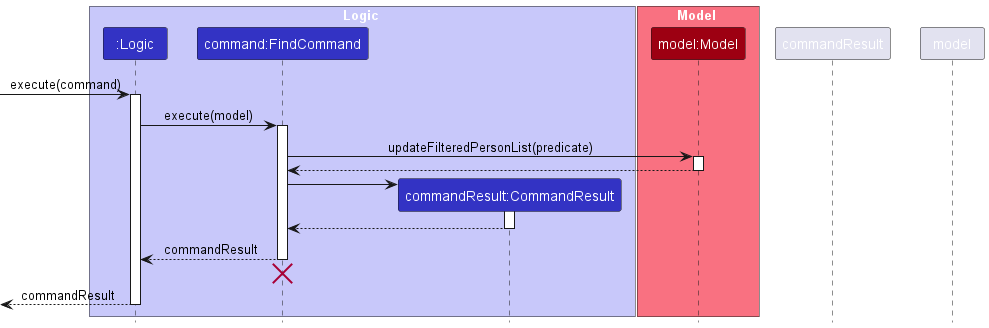
Earlier version of the PlantUML export docs/images/FindCommandSequenceDiagram.png (nus-cs2103-AY2324S1/tp).
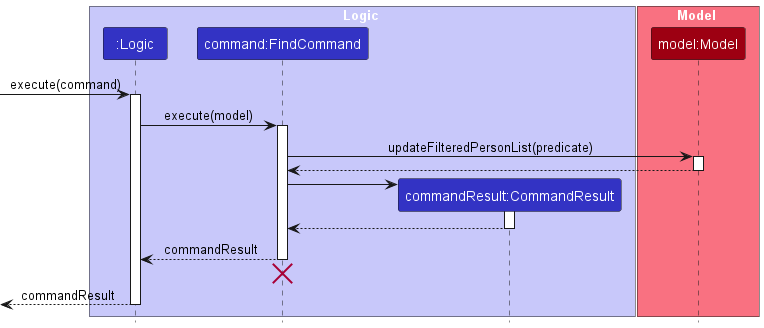
After the change.

Commit message:
Fix diagram bug

What changed in the source:
```diff
@@ -34,7 +34,7 @@
 FindCommand --> Logic: commandResult
 deactivate FindCommand
 
-commandResult -[hidden]-> model
+CommandResult -[hidden]-> Model
 destroy FindCommand
 
 [<--Logic : commandResult
```
